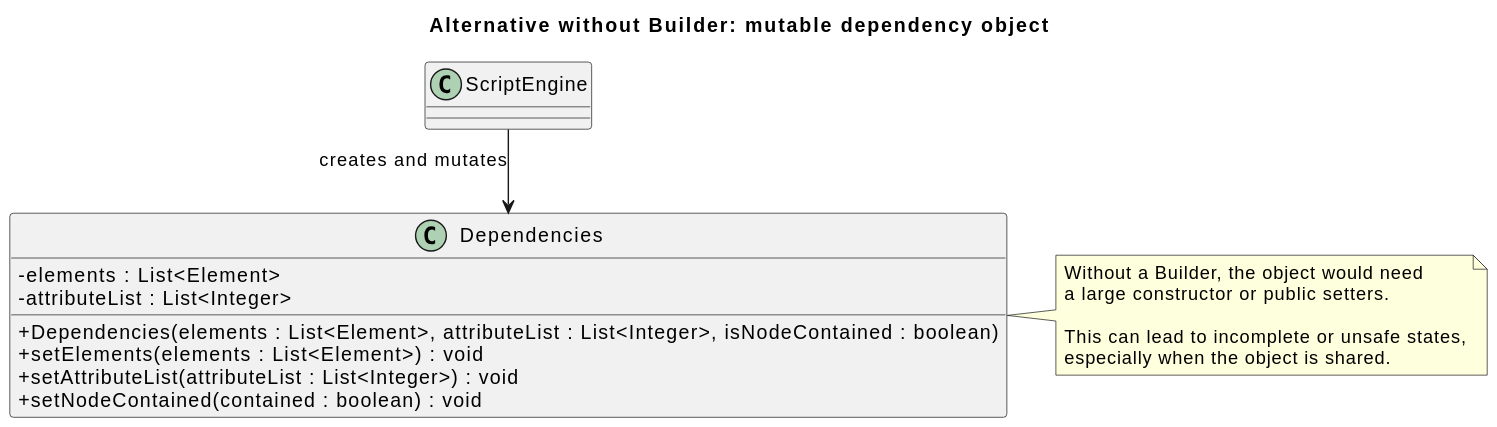
SWD-ARCH-Group-Team-22/project keeps this PlantUML diagram as doc/deliverables/puml/builder_mutable_alternative.svg. Above is the earlier version.
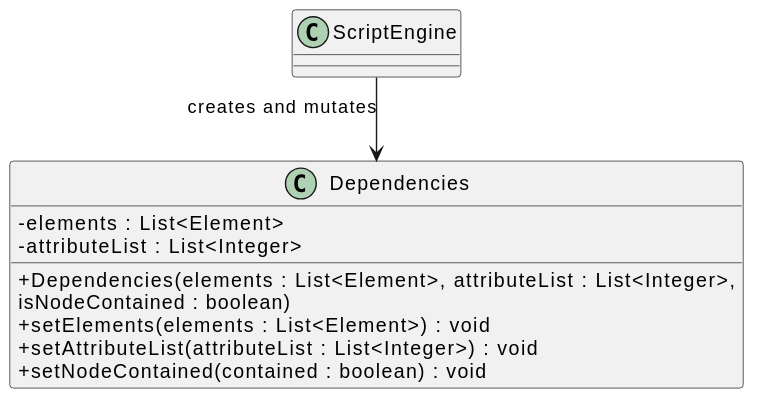
The same diagram one commit later.

Diff of the diagram source:
```diff
@@ -1,6 +1,4 @@
 @startuml
-title Alternative without Builder: mutable dependency object
-
 skinparam classAttributeIconSize 0
 skinparam shadowing false
 skinparam linetype ortho
@@ -8,7 +6,8 @@
 class Dependencies {
   - elements : List<Element>
   - attributeList : List<Integer>
-  + Dependencies(elements : List<Element>, attributeList : List<Integer>, isNodeContained : boolean)
+  + Dependencies(elements : List<Element>, attributeList : List<Integer>,
+isNodeContained : boolean)
   + setElements(elements : List<Element>) : void
   + setAttributeList(attributeList : List<Integer>) : void
   + setNodeContained(contained : boolean) : void
@@ -18,12 +17,4 @@
 }
 
 ScriptEngine --> Dependencies : creates and mutates
-
-note right of Dependencies
-  Without a Builder, the object would need
-  a large constructor or public setters.
-
-  This can lead to incomplete or unsafe states,
-  especially when the object is shared.
-end note
 @enduml
```
